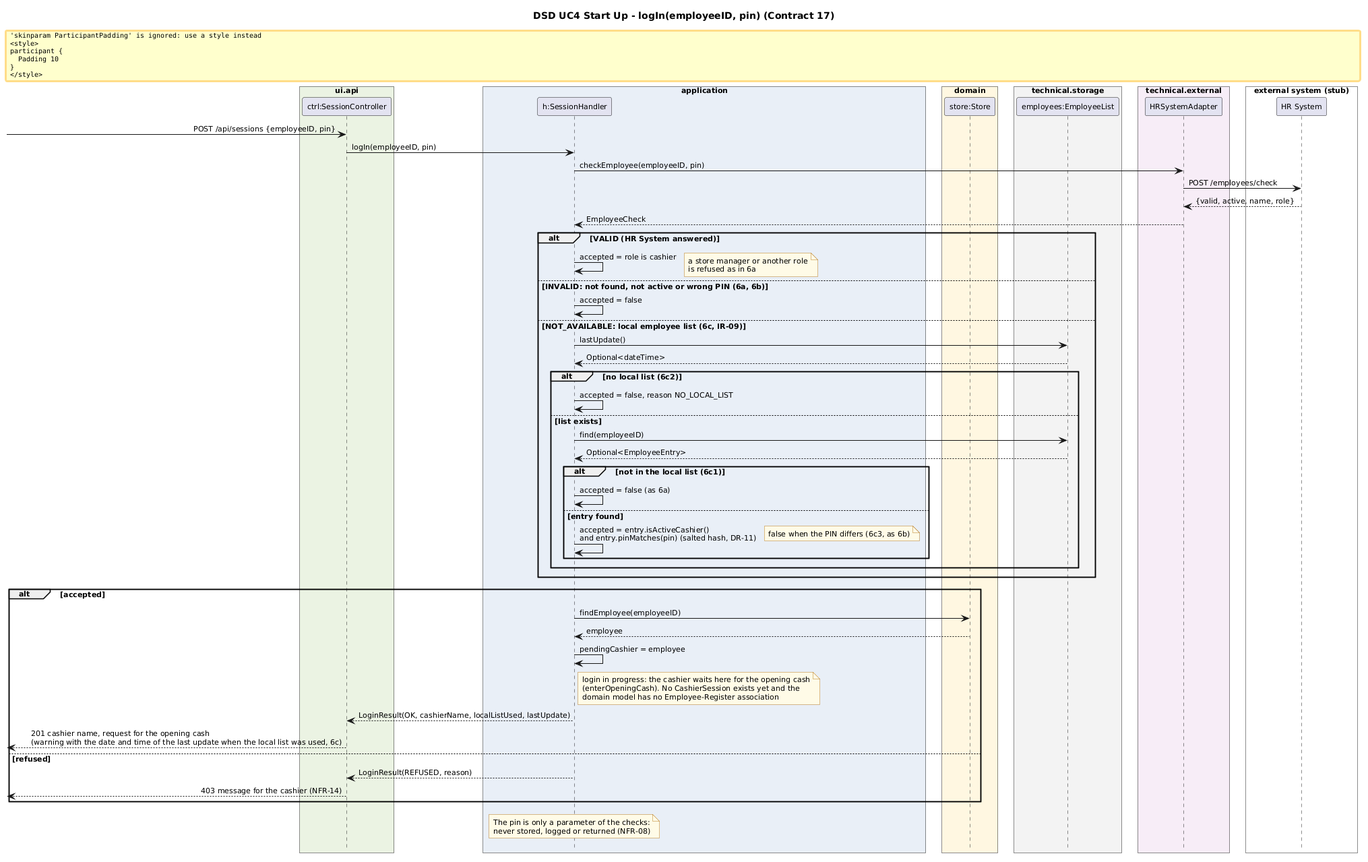
The PlantUML diagram assets/dsd_uc4_logIn.png in bhsei/26D, before a commit.
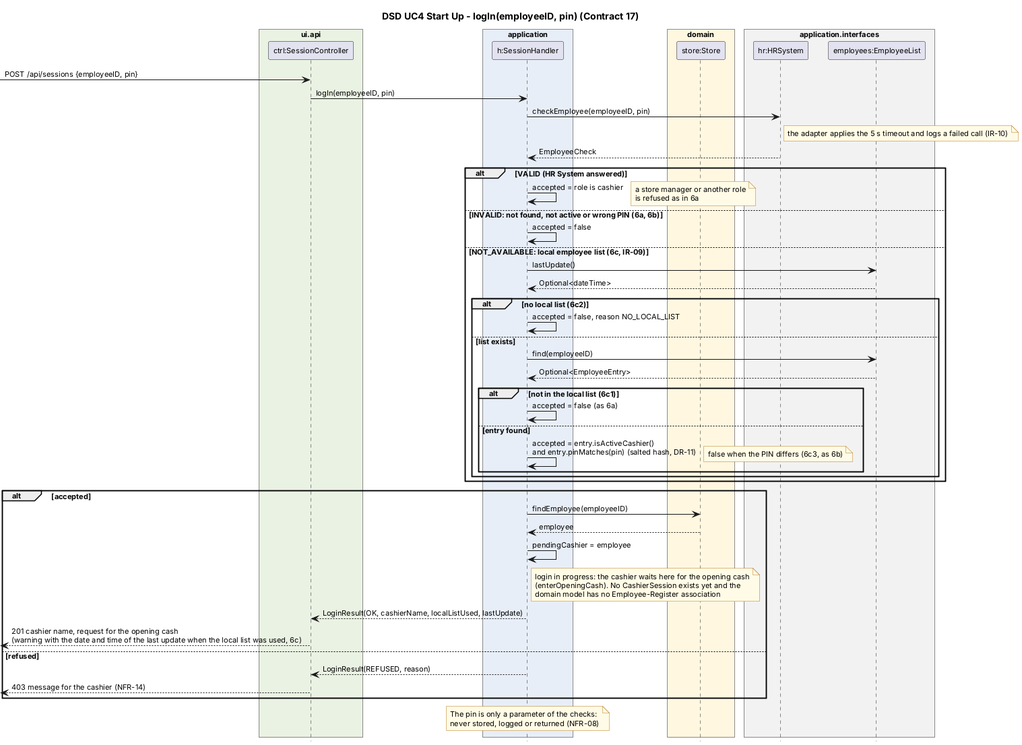
The same file after the commit.

Commit message:
W11 - LogIn PNG: regenerate render for interface-only login diagram

The edit, as a diff of the source:
```diff
@@ -1,4 +1,4 @@
-@startuml
+@startuml dsd_uc4_logIn
 title DSD UC4 Start Up - logIn(employeeID, pin) (Contract 17)
 skinparam shadowing false
 skinparam defaultFontName Arial
@@ -18,22 +18,16 @@
 box "domain" #FFF7E0
   participant "store:Store" as ST
 end box
-box "technical.storage" #F2F2F2
+box "application.interfaces" #F2F2F2
+  participant "hr:HRSystem" as HR
   participant "employees:EmployeeList" as EL
-end box
-box "technical.external" #F6EDF7
-  participant "HRSystemAdapter" as HA
-end box
-box "external system (stub)" #FFFFFF
-  participant "HR System" as HR
 end box
 
 [-> C : POST /api/sessions {employeeID, pin}
 C -> H : logIn(employeeID, pin)
-H -> HA : checkEmployee(employeeID, pin)
-HA -> HR : POST /employees/check
-HR --> HA : {valid, active, name, role}
-HA --> H : EmployeeCheck
+H -> HR : checkEmployee(employeeID, pin)
+note right of HR : the adapter applies the 5 s timeout and logs a failed call (IR-10)
+HR --> H : EmployeeCheck
 alt VALID (HR System answered)
   H -> H : accepted = role is cashier
   note right : a store manager or another role\nis refused as in 6a
```
